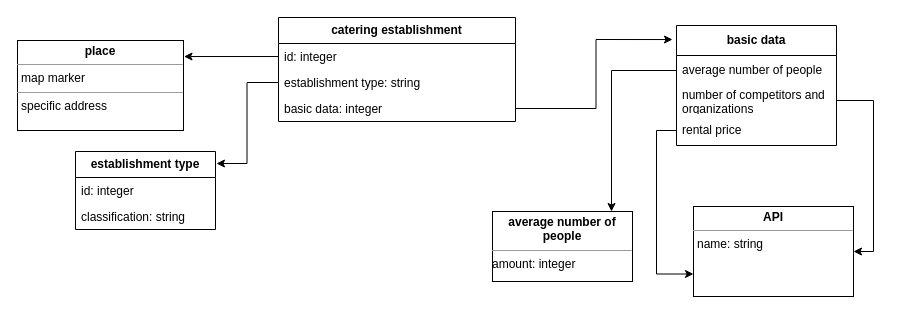
This is Диаграмма классов.drawio from elmirhismatov/Diplom, a draw.io file, before an edit. Source tidied: cells renumbered, new cells numbered last; positions are measured from the earlier drawing's top-left corner, leaving out a move shared by most shapes. Both pictures are drawn from the tidied source at 100%, with x=0, y=0 at pixel (17, 17).
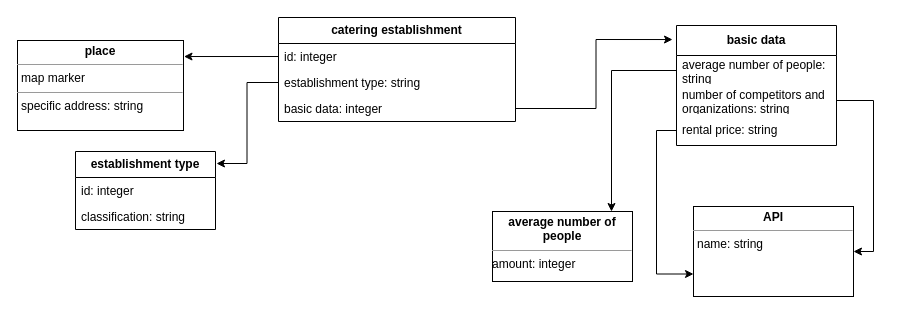
Above is the later version.

Unchanged cells that the change refers to:
```xml
<mxCell id="9" value="&lt;b&gt;basic data&lt;/b&gt;" style="swimlane;fontStyle=0;horizontal=1;startSize=30;whiteSpace=wrap;html=1;" parent="1" vertex="1">
  <mxGeometry x="659" y="8" width="160" height="120" as="geometry" />
</mxCell>
```

Change to the diagram source:
```diff
@@
-    <mxCell id="10" value="average number of people" style="text;strokeColor=none;fillColor=none;align=left;verticalAlign=middle;spacingLeft=4;spacingRight=4;overflow=hidden;points=[[0,0.5],[1,0.5]];portConstraint=eastwest;whiteSpace=wrap;html=1;" parent="9" vertex="1">
+    <mxCell id="10" value="average number of people: string" style="text;strokeColor=none;fillColor=none;align=left;verticalAlign=middle;spacingLeft=4;spacingRight=4;overflow=hidden;points=[[0,0.5],[1,0.5]];portConstraint=eastwest;whiteSpace=wrap;html=1;" parent="9" vertex="1">
       <mxGeometry y="30" width="160" height="30" as="geometry" />
     </mxCell>
-    <mxCell id="11" value="number of competitors and organizations" style="text;strokeColor=none;fillColor=none;align=left;verticalAlign=middle;spacingLeft=4;spacingRight=4;overflow=hidden;points=[[0,0.5],[1,0.5]];portConstraint=eastwest;whiteSpace=wrap;html=1;" parent="9" vertex="1">
+    <mxCell id="11" value="number of competitors and organizations: string" style="text;strokeColor=none;fillColor=none;align=left;verticalAlign=middle;spacingLeft=4;spacingRight=4;overflow=hidden;points=[[0,0.5],[1,0.5]];portConstraint=eastwest;whiteSpace=wrap;html=1;" parent="9" vertex="1">
       <mxGeometry y="60" width="160" height="30" as="geometry" />
     </mxCell>
-    <mxCell id="12" value="rental price" style="text;strokeColor=none;fillColor=none;align=left;verticalAlign=middle;spacingLeft=4;spacingRight=4;overflow=hidden;points=[[0,0.5],[1,0.5]];portConstraint=eastwest;whiteSpace=wrap;html=1;" parent="9" vertex="1">
+    <mxCell id="12" value="rental price: string" style="text;strokeColor=none;fillColor=none;align=left;verticalAlign=middle;spacingLeft=4;spacingRight=4;overflow=hidden;points=[[0,0.5],[1,0.5]];portConstraint=eastwest;whiteSpace=wrap;html=1;" parent="9" vertex="1">
       <mxGeometry y="90" width="160" height="30" as="geometry" />
     </mxCell>
-    <mxCell id="13" value="&lt;p style=&quot;margin:0px;margin-top:4px;text-align:center;&quot;&gt;&lt;b&gt;place&lt;/b&gt;&lt;br&gt;&lt;/p&gt;&lt;hr size=&quot;1&quot;&gt;&lt;p style=&quot;margin:0px;margin-left:4px;&quot;&gt;map marker&lt;br&gt;&lt;/p&gt;&lt;hr size=&quot;1&quot;&gt;&lt;p style=&quot;margin:0px;margin-left:4px;&quot;&gt;specific address&lt;/p&gt;" style="verticalAlign=top;align=left;overflow=fill;fontSize=12;fontFamily=Helvetica;html=1;whiteSpace=wrap;" parent="1" vertex="1">
+    <mxCell id="13" value="&lt;p style=&quot;margin:0px;margin-top:4px;text-align:center;&quot;&gt;&lt;b&gt;place&lt;/b&gt;&lt;br&gt;&lt;/p&gt;&lt;hr size=&quot;1&quot;&gt;&lt;p style=&quot;margin:0px;margin-left:4px;&quot;&gt;map marker&lt;br&gt;&lt;/p&gt;&lt;hr size=&quot;1&quot;&gt;&lt;p style=&quot;margin:0px;margin-left:4px;&quot;&gt;specific address: string&lt;/p&gt;" style="verticalAlign=top;align=left;overflow=fill;fontSize=12;fontFamily=Helvetica;html=1;whiteSpace=wrap;" parent="1" vertex="1">
       <mxGeometry y="23" width="166" height="90" as="geometry" />
     </mxCell>
```
